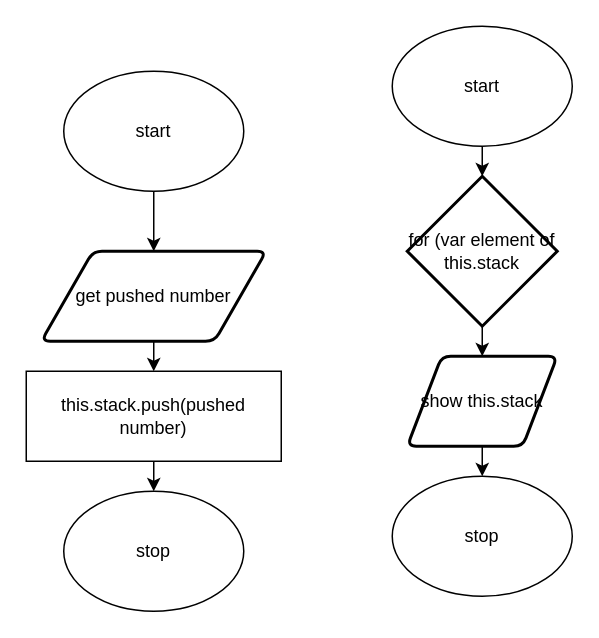
devin-jhu/isc4u-unit2-01-typescript keeps this draw.io diagram as flow.drawio. Above is the earlier version. Source tidied: cells renumbered, new cells numbered last; positions are measured from the earlier drawing's top-left corner, leaving out a move shared by most shapes. Both pictures are drawn from the tidied source at 150%, with x=0, y=0 at pixel (26, 26).
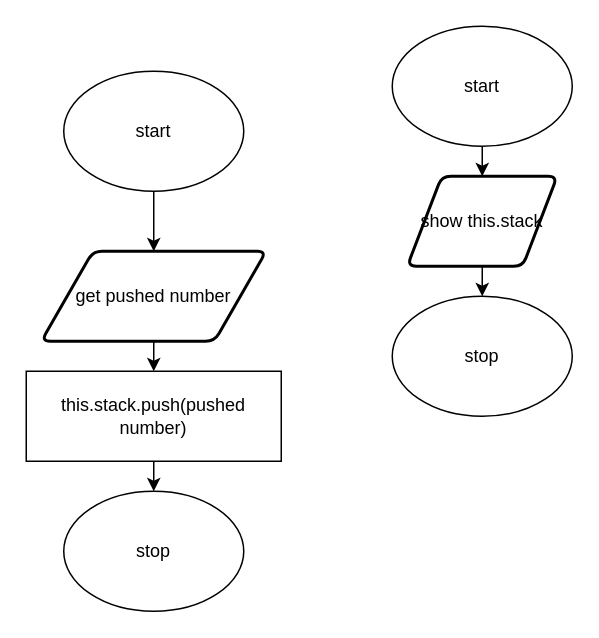
Above is the later version.

What changed in the source:
```diff
@@
 <mxGraphModel>
   <root>
     <mxCell id="0" />
     <mxCell id="1" parent="0" />
     <mxCell id="2" style="edgeStyle=none;html=1;exitX=0.5;exitY=1;exitDx=0;exitDy=0;entryX=0.5;entryY=0;entryDx=0;entryDy=0;" parent="1" edge="1" source="3" target="6">
       <mxGeometry relative="1" as="geometry" />
     </mxCell>
     <mxCell id="3" value="start" style="ellipse;whiteSpace=wrap;html=1;" parent="1" vertex="1">
       <mxGeometry x="25" y="30" width="120" height="80" as="geometry" />
     </mxCell>
     <mxCell id="4" value="stop" style="ellipse;whiteSpace=wrap;html=1;" parent="1" vertex="1">
       <mxGeometry x="25" y="310" width="120" height="80" as="geometry" />
     </mxCell>
     <mxCell id="5" style="edgeStyle=none;html=1;exitX=0.5;exitY=1;exitDx=0;exitDy=0;" parent="1" edge="1" source="6" target="8">
       <mxGeometry relative="1" as="geometry" />
     </mxCell>
     <mxCell id="6" value="get pushed number" style="shape=parallelogram;html=1;strokeWidth=2;perimeter=parallelogramPerimeter;whiteSpace=wrap;rounded=1;arcSize=12;size=0.23;" parent="1" vertex="1">
       <mxGeometry x="10" y="150" width="150" height="60" as="geometry" />
     </mxCell>
     <mxCell id="7" style="edgeStyle=none;html=1;exitX=0.5;exitY=1;exitDx=0;exitDy=0;entryX=0.5;entryY=0;entryDx=0;entryDy=0;entryPerimeter=0;" parent="1" edge="1" source="8">
       <mxGeometry relative="1" as="geometry">
         <mxPoint x="85" y="310" as="targetPoint" />
       </mxGeometry>
     </mxCell>
     <mxCell id="8" value="this.stack.push(pushed number)" style="rounded=0;whiteSpace=wrap;html=1;" parent="1" vertex="1">
       <mxGeometry y="230" width="170" height="60" as="geometry" />
     </mxCell>
-    <mxCell id="9" style="edgeStyle=none;html=1;exitX=0.5;exitY=1;exitDx=0;exitDy=0;" parent="1" edge="1" source="10" target="14">
-      <mxGeometry relative="1" as="geometry" />
+    <mxCell id="9" style="edgeStyle=none;html=1;exitX=0.5;exitY=1;exitDx=0;exitDy=0;" parent="1" edge="1" source="10">
+      <mxGeometry relative="1" as="geometry">
+        <mxPoint x="304" y="100" as="targetPoint" />
+      </mxGeometry>
     </mxCell>
     <mxCell id="10" value="start" style="ellipse;whiteSpace=wrap;html=1;" parent="1" vertex="1">
       <mxGeometry x="244" width="120" height="80" as="geometry" />
     </mxCell>
     <mxCell id="11" value="stop" style="ellipse;whiteSpace=wrap;html=1;" parent="1" vertex="1">
-      <mxGeometry x="244" y="300" width="120" height="80" as="geometry" />
+      <mxGeometry x="244" y="180" width="120" height="80" as="geometry" />
     </mxCell>
-    <mxCell id="12" style="edgeStyle=none;html=1;exitX=0.5;exitY=1;exitDx=0;exitDy=0;" parent="1" edge="1">
-      <mxGeometry relative="1" as="geometry">
-        <mxPoint x="304" y="200" as="sourcePoint" />
-        <mxPoint x="304" y="220" as="targetPoint" />
-      </mxGeometry>
-    </mxCell>
-    <mxCell id="13" style="edgeStyle=none;html=1;exitX=0.5;exitY=1;exitDx=0;exitDy=0;entryX=0.5;entryY=0;entryDx=0;entryDy=0;entryPerimeter=0;" parent="1" edge="1">
-      <mxGeometry relative="1" as="geometry">
-        <mxPoint x="304" y="280" as="sourcePoint" />
-        <mxPoint x="304" y="300" as="targetPoint" />
-      </mxGeometry>
-    </mxCell>
-    <mxCell id="14" value="for (var element of this.stack" style="strokeWidth=2;html=1;shape=mxgraph.flowchart.decision;whiteSpace=wrap;rotation=0;" parent="1" vertex="1">
-      <mxGeometry x="254" y="100" width="100" height="100" as="geometry" />
-    </mxCell>
+    <mxCell id="16" style="edgeStyle=none;html=1;exitX=0.5;exitY=1;exitDx=0;exitDy=0;entryX=0.5;entryY=0;entryDx=0;entryDy=0;" parent="1" edge="1" source="15" target="11">
+      <mxGeometry relative="1" as="geometry" />
+    </mxCell>
     <mxCell id="15" value="show this.stack" style="shape=parallelogram;html=1;strokeWidth=2;perimeter=parallelogramPerimeter;whiteSpace=wrap;rounded=1;arcSize=12;size=0.23;" parent="1" vertex="1">
-      <mxGeometry x="254" y="220" width="100" height="60" as="geometry" />
+      <mxGeometry x="254" y="100" width="100" height="60" as="geometry" />
     </mxCell>
   </root>
 </mxGraphModel>
```
